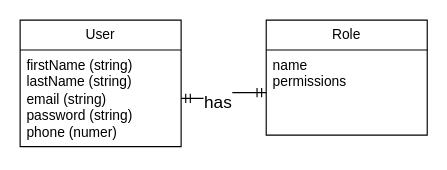
Above: dataModeling/conceptualmodel.drawio in jarisiber/invoice-note (draw.io), before the change. Source tidied: cells renumbered, new cells numbered last; positions are measured from the earlier drawing's top-left corner, leaving out a move shared by most shapes. Both pictures are drawn from the tidied source at 115%, with x=0, y=0 at pixel (20, 20).
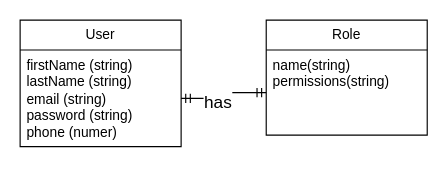
The same page after the edit.

Change to the diagram source:
```diff
@@
 <mxGraphModel>
   <root>
     <mxCell id="0" />
     <mxCell id="1" parent="0" />
     <mxCell id="2" value="User" style="swimlane;fontStyle=0;horizontal=1;startSize=26;fillColor=none;whiteSpace=wrap;html=1;" parent="1" vertex="1">
       <mxGeometry width="140" height="110" as="geometry" />
     </mxCell>
     <mxCell id="3" value="firstName (string)&lt;br&gt;lastName (string)&lt;br&gt;email (string)&lt;br&gt;password (string)&lt;br&gt;phone (numer)" style="text;strokeColor=none;fillColor=none;align=left;verticalAlign=top;spacingLeft=4;spacingRight=4;overflow=hidden;points=[[0,0.5],[1,0.5]];portConstraint=eastwest;whiteSpace=wrap;html=1;" parent="2" vertex="1">
       <mxGeometry y="26" width="140" height="84" as="geometry" />
     </mxCell>
     <mxCell id="4" value="Role" style="swimlane;fontStyle=0;horizontal=1;startSize=26;fillColor=none;whiteSpace=wrap;html=1;" parent="1" vertex="1">
       <mxGeometry x="214" width="140" height="100" as="geometry" />
     </mxCell>
-    <mxCell id="5" value="name&lt;br&gt;permissions" style="text;strokeColor=none;fillColor=none;align=left;verticalAlign=top;spacingLeft=4;spacingRight=4;overflow=hidden;points=[[0,0.5],[1,0.5]];portConstraint=eastwest;whiteSpace=wrap;html=1;" parent="4" vertex="1">
+    <mxCell id="5" value="name(string)&lt;br&gt;permissions(string)" style="text;strokeColor=none;fillColor=none;align=left;verticalAlign=top;spacingLeft=4;spacingRight=4;overflow=hidden;points=[[0,0.5],[1,0.5]];portConstraint=eastwest;whiteSpace=wrap;html=1;" parent="4" vertex="1">
       <mxGeometry y="26" width="140" height="74" as="geometry" />
     </mxCell>
     <mxCell id="6" style="edgeStyle=entityRelationEdgeStyle;fontSize=12;html=1;endArrow=ERmandOne;startArrow=ERmandOne;rounded=0;entryX=0;entryY=0.5;entryDx=0;entryDy=0;exitX=1;exitY=0.5;exitDx=0;exitDy=0;" parent="1" edge="1" source="3" target="5">
       <mxGeometry relative="1" as="geometry" />
     </mxCell>
     <mxCell id="7" value="has" style="edgeLabel;html=1;align=center;verticalAlign=middle;fontSize=15;" parent="6" vertex="1">
       <mxGeometry x="-0.19" y="-3" relative="1" as="geometry" />
     </mxCell>
   </root>
 </mxGraphModel>
```
